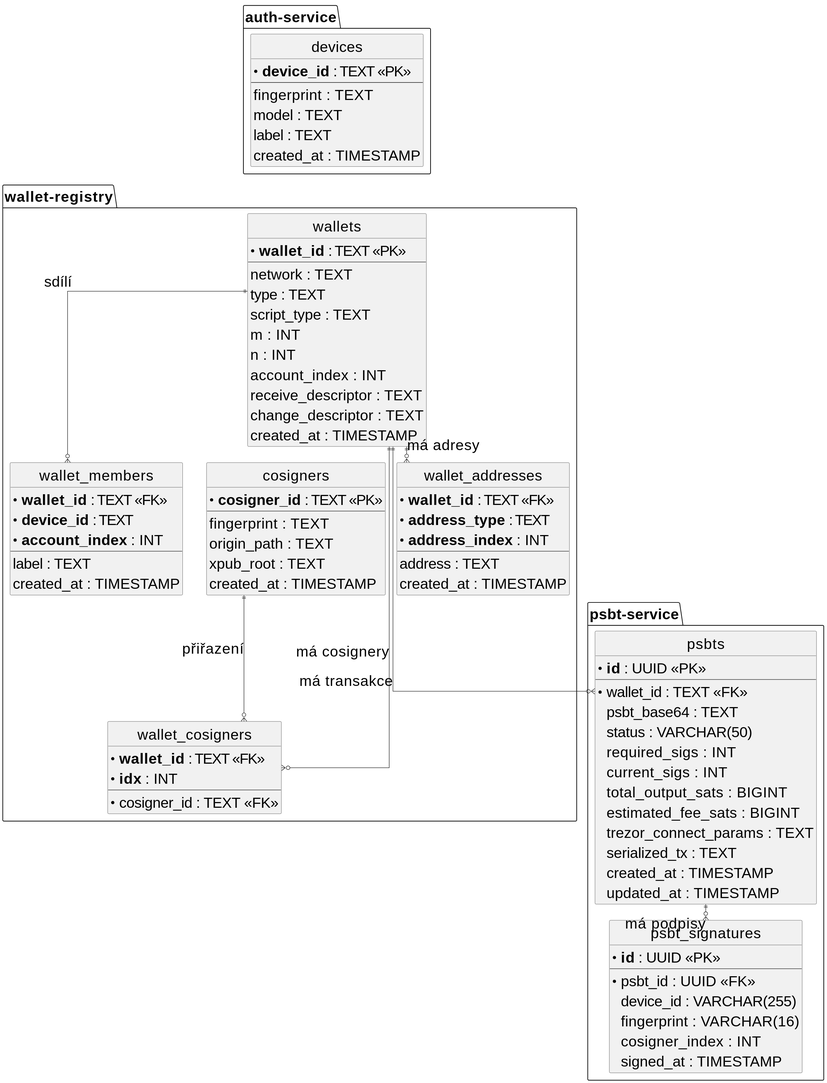
Before: DOCS/thesis/img/er-diagram.svg, a diagram exported from PlantUML (Majny/bitcoin-multisig-wallet). Its diagram source:
```plantuml
@startuml
skinparam backgroundColor white
skinparam defaultFontSize 32
skinparam shadowing false
skinparam linetype ortho
skinparam nodesep 25
skinparam ranksep 35

skinparam entity {
  BackgroundColor #FAFAFA
  BorderColor #424242
}

hide circle

package "auth-service" {

entity "devices" as devices {
  * **device_id** : TEXT <<PK>>
  --
  fingerprint : TEXT
  model : TEXT
  label : TEXT
  created_at : TIMESTAMP
}

}

package "wallet-registry" {

entity "wallets" as wallets {
  * **wallet_id** : TEXT <<PK>>
  --
  network : TEXT
  type : TEXT
  script_type : TEXT
  m : INT
  n : INT
  account_index : INT
  receive_descriptor : TEXT
  change_descriptor : TEXT
  created_at : TIMESTAMP
}

entity "cosigners" as cosigners {
  * **cosigner_id** : TEXT <<PK>>
  --
  fingerprint : TEXT
  origin_path : TEXT
  xpub_root : TEXT
  created_at : TIMESTAMP
}

entity "wallet_cosigners" as wcosigners {
  * **wallet_id** : TEXT <<FK>>
  * **idx** : INT
  --
  * cosigner_id : TEXT <<FK>>
}

entity "wallet_members" as members {
  * **wallet_id** : TEXT <<FK>>
  * **device_id** : TEXT
  * **account_index** : INT
  --
  label : TEXT
  created_at : TIMESTAMP
}

entity "wallet_addresses" as addresses {
  * **wallet_id** : TEXT <<FK>>
  * **address_type** : TEXT
  * **address_index** : INT
  --
  address : TEXT
  created_at : TIMESTAMP
}

}

package "psbt-service" {

entity "psbts" as psbts {
  * **id** : UUID <<PK>>
  --
  * wallet_id : TEXT <<FK>>
  psbt_base64 : TEXT
  status : VARCHAR(50)
  required_sigs : INT
  current_sigs : INT
  total_output_sats : BIGINT
  estimated_fee_sats : BIGINT
  trezor_connect_params : TEXT
  serialized_tx : TEXT
  created_at : TIMESTAMP
  updated_at : TIMESTAMP
}

entity "psbt_signatures" as signatures {
  * **id** : UUID <<PK>>
  --
  * psbt_id : UUID <<FK>>
  device_id : VARCHAR(255)
  fingerprint : VARCHAR(16)
  cosigner_index : INT
  signed_at : TIMESTAMP
}

}

wallets ||--o{ members : "sdílí"
wallets ||--o{ wcosigners : "má cosignery"
cosigners ||--o{ wcosigners : "přiřazení"
wallets ||--o{ addresses : "má adresy"

wallets ||--o{ psbts : "má transakce"
psbts ||--o{ signatures : "má podpisy"

devices -[hidden]down- wallets
addresses -[hidden]down- psbts

members -[hidden]right- wcosigners
addresses -[hidden]right- cosigners
wallets -[hidden]down- members
wallets -[hidden]down- addresses
@enduml
```
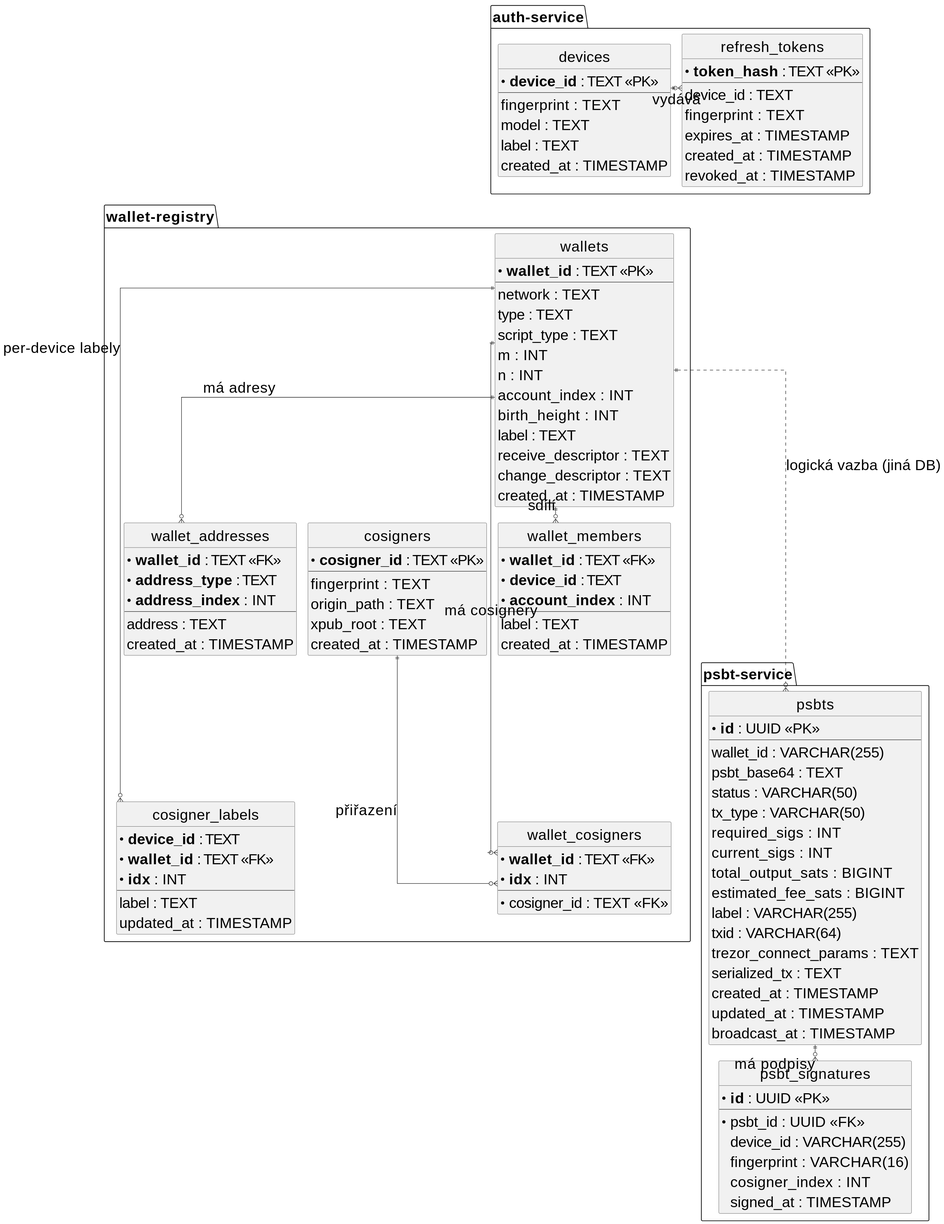
After the commit.

Change to the diagram source:
```diff
@@ -24,6 +24,16 @@
   created_at : TIMESTAMP
 }
 
+entity "refresh_tokens" as rtokens {
+  * **token_hash** : TEXT <<PK>>
+  --
+  device_id : TEXT
+  fingerprint : TEXT
+  expires_at : TIMESTAMP
+  created_at : TIMESTAMP
+  revoked_at : TIMESTAMP
+}
+
 }
 
 package "wallet-registry" {
@@ -37,6 +47,8 @@
   m : INT
   n : INT
   account_index : INT
+  birth_height : INT
+  label : TEXT
   receive_descriptor : TEXT
   change_descriptor : TEXT
   created_at : TIMESTAMP
@@ -76,6 +88,15 @@
   created_at : TIMESTAMP
 }
 
+entity "cosigner_labels" as clabels {
+  * **device_id** : TEXT
+  * **wallet_id** : TEXT <<FK>>
+  * **idx** : INT
+  --
+  label : TEXT
+  updated_at : TIMESTAMP
+}
+
 }
 
 package "psbt-service" {
@@ -83,17 +104,21 @@
 entity "psbts" as psbts {
   * **id** : UUID <<PK>>
   --
-  * wallet_id : TEXT <<FK>>
+  wallet_id : VARCHAR(255)
   psbt_base64 : TEXT
   status : VARCHAR(50)
+  tx_type : VARCHAR(50)
   required_sigs : INT
   current_sigs : INT
   total_output_sats : BIGINT
   estimated_fee_sats : BIGINT
+  label : VARCHAR(255)
+  txid : VARCHAR(64)
   trezor_connect_params : TEXT
   serialized_tx : TEXT
   created_at : TIMESTAMP
   updated_at : TIMESTAMP
+  broadcast_at : TIMESTAMP
 }
 
 entity "psbt_signatures" as signatures {
@@ -112,10 +137,14 @@
 wallets ||--o{ wcosigners : "má cosignery"
 cosigners ||--o{ wcosigners : "přiřazení"
 wallets ||--o{ addresses : "má adresy"
+wallets ||--o{ clabels : "per-device labely"
 
-wallets ||--o{ psbts : "má transakce"
+devices ||..o{ rtokens : "vydává"
+
+wallets ||..o{ psbts : "logická vazba (jiná DB)"
 psbts ||--o{ signatures : "má podpisy"
 
+devices -[hidden]right- rtokens
 devices -[hidden]down- wallets
 addresses -[hidden]down- psbts
 
@@ -123,4 +152,5 @@
 addresses -[hidden]right- cosigners
 wallets -[hidden]down- members
 wallets -[hidden]down- addresses
+addresses -[hidden]down- clabels
 @enduml
```
